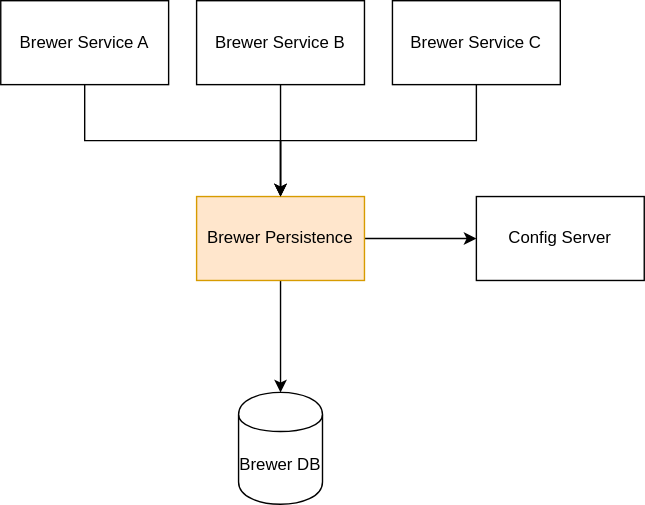
bandrefilipe/brewer-persistence keeps this draw.io diagram as diagrams/high_level_diagram.svg. Above is the earlier version. Source tidied: cells renumbered, new cells last; positions are measured from the earlier drawing's top-left corner, leaving out a move shared by most shapes.
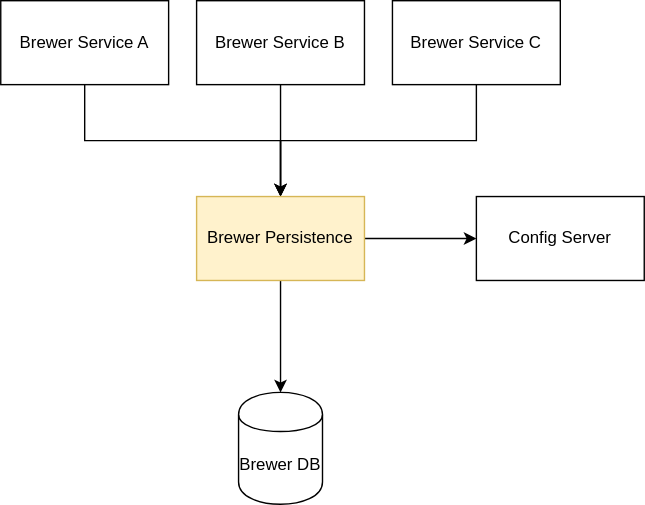
The same diagram one commit later.

Commit message:
update high level diagram

Diff of the diagram source:
```diff
@@ -2,38 +2,38 @@
   <root>
     <mxCell id="0" />
     <mxCell id="1" parent="0" />
-    <mxCell id="2" value="Brewer DB" style="shape=cylinder;whiteSpace=wrap;html=1;boundedLbl=1;backgroundOutline=1;" parent="1" vertex="1">
-      <mxGeometry x="170" y="280" width="60" height="80" as="geometry" />
+    <mxCell id="2" style="edgeStyle=orthogonalEdgeStyle;rounded=0;jettySize=auto;html=1;exitX=0.5;exitY=1;exitDx=0;exitDy=0;entryX=0.5;entryY=0;entryDx=0;entryDy=0;" parent="1" edge="1" source="3" target="10">
+      <mxGeometry relative="1" as="geometry" />
     </mxCell>
-    <mxCell id="3" value="Config Server" style="rounded=0;whiteSpace=wrap;html=1;" parent="1" vertex="1">
-      <mxGeometry x="340" y="140" width="120" height="60" as="geometry" />
+    <mxCell id="3" value="Brewer Service A" style="rounded=0;whiteSpace=wrap;html=1;" parent="1" vertex="1">
+      <mxGeometry x="-220" y="-140" width="120" height="60" as="geometry" />
     </mxCell>
-    <mxCell id="4" style="edgeStyle=orthogonalEdgeStyle;rounded=0;jettySize=auto;html=1;exitX=0.5;exitY=1;exitDx=0;exitDy=0;entryX=0.5;entryY=0;entryDx=0;entryDy=0;" parent="1" edge="1" source="6" target="2">
+    <mxCell id="4" style="edgeStyle=orthogonalEdgeStyle;rounded=0;jettySize=auto;html=1;exitX=0.5;exitY=1;exitDx=0;exitDy=0;entryX=0.5;entryY=0;entryDx=0;entryDy=0;" parent="1" edge="1" source="5" target="10">
       <mxGeometry relative="1" as="geometry" />
     </mxCell>
-    <mxCell id="5" style="edgeStyle=orthogonalEdgeStyle;rounded=0;jettySize=auto;html=1;exitX=1;exitY=0.5;exitDx=0;exitDy=0;entryX=0;entryY=0.5;entryDx=0;entryDy=0;" parent="1" edge="1" source="6" target="3">
-      <mxGeometry relative="1" as="geometry" />
+    <mxCell id="5" value="Brewer Service B" style="rounded=0;whiteSpace=wrap;html=1;" parent="1" vertex="1">
+      <mxGeometry x="-80" y="-140" width="120" height="60" as="geometry" />
     </mxCell>
-    <mxCell id="6" value="Brewer Persistence" style="rounded=0;whiteSpace=wrap;html=1;fillColor=#ffe6cc;strokeColor=#d79b00;" parent="1" vertex="1">
-      <mxGeometry x="140" y="140" width="120" height="60" as="geometry" />
+    <mxCell id="6" style="edgeStyle=orthogonalEdgeStyle;rounded=0;jettySize=auto;html=1;exitX=0.5;exitY=1;exitDx=0;exitDy=0;entryX=0.5;entryY=0;entryDx=0;entryDy=0;" parent="1" edge="1" source="7" target="10">
+      <mxGeometry relative="1" as="geometry" />
     </mxCell>
-    <mxCell id="7" style="edgeStyle=orthogonalEdgeStyle;rounded=0;jettySize=auto;html=1;exitX=0.5;exitY=1;exitDx=0;exitDy=0;entryX=0.5;entryY=0;entryDx=0;entryDy=0;" parent="1" edge="1" source="8" target="6">
-      <mxGeometry relative="1" as="geometry" />
+    <mxCell id="7" value="Brewer Service C" style="rounded=0;whiteSpace=wrap;html=1;" parent="1" vertex="1">
+      <mxGeometry x="60" y="-140" width="120" height="60" as="geometry" />
     </mxCell>
-    <mxCell id="8" value="Brewer Service A" style="rounded=0;whiteSpace=wrap;html=1;" parent="1" vertex="1">
-      <mxGeometry width="120" height="60" as="geometry" />
+    <mxCell id="8" style="edgeStyle=orthogonalEdgeStyle;rounded=0;jettySize=auto;html=1;exitX=1;exitY=0.5;exitDx=0;exitDy=0;entryX=0;entryY=0.5;entryDx=0;entryDy=0;" parent="1" edge="1" source="10" target="11">
+      <mxGeometry relative="1" as="geometry" />
     </mxCell>
-    <mxCell id="9" style="edgeStyle=orthogonalEdgeStyle;rounded=0;jettySize=auto;html=1;exitX=0.5;exitY=1;exitDx=0;exitDy=0;entryX=0.5;entryY=0;entryDx=0;entryDy=0;" parent="1" edge="1" source="10" target="6">
+    <mxCell id="9" style="edgeStyle=orthogonalEdgeStyle;rounded=0;jettySize=auto;html=1;exitX=0.5;exitY=1;exitDx=0;exitDy=0;entryX=0.5;entryY=0;entryDx=0;entryDy=0;" parent="1" edge="1" source="10" target="12">
       <mxGeometry relative="1" as="geometry" />
     </mxCell>
-    <mxCell id="10" value="Brewer Service B" style="rounded=0;whiteSpace=wrap;html=1;" parent="1" vertex="1">
-      <mxGeometry x="140" width="120" height="60" as="geometry" />
+    <mxCell id="10" value="Brewer Persistence" style="rounded=0;whiteSpace=wrap;html=1;fillColor=#fff2cc;strokeColor=#d6b656;" parent="1" vertex="1">
+      <mxGeometry x="-80" width="120" height="60" as="geometry" />
     </mxCell>
-    <mxCell id="11" style="edgeStyle=orthogonalEdgeStyle;rounded=0;jettySize=auto;html=1;exitX=0.5;exitY=1;exitDx=0;exitDy=0;entryX=0.5;entryY=0;entryDx=0;entryDy=0;" parent="1" edge="1" source="12" target="6">
-      <mxGeometry relative="1" as="geometry" />
+    <mxCell id="11" value="Config Server" style="rounded=0;whiteSpace=wrap;html=1;" parent="1" vertex="1">
+      <mxGeometry x="120" width="120" height="60" as="geometry" />
     </mxCell>
-    <mxCell id="12" value="Brewer Service C" style="rounded=0;whiteSpace=wrap;html=1;" parent="1" vertex="1">
-      <mxGeometry x="280" width="120" height="60" as="geometry" />
+    <mxCell id="12" value="Brewer DB" style="shape=cylinder;whiteSpace=wrap;html=1;boundedLbl=1;backgroundOutline=1;" parent="1" vertex="1">
+      <mxGeometry x="-50" y="140" width="60" height="80" as="geometry" />
     </mxCell>
   </root>
 </mxGraphModel>
```
